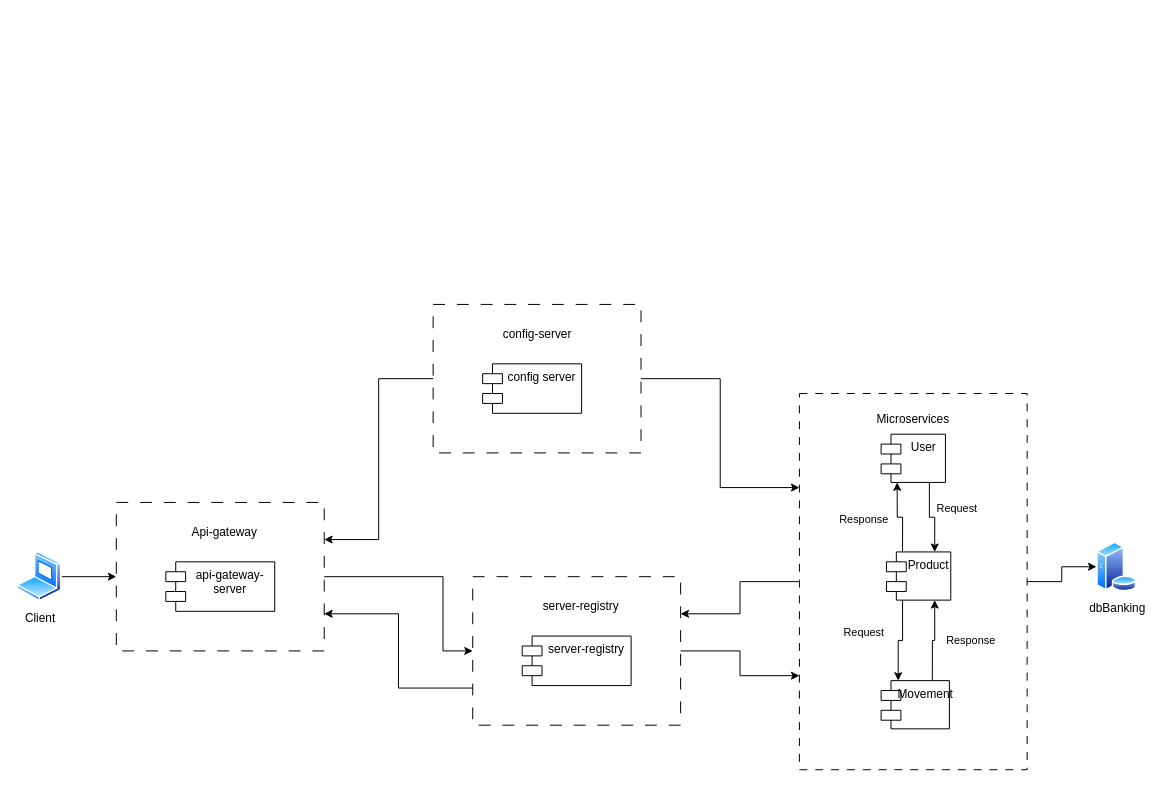
This is Diagrama de arquitectura.drawio from Bootcamp49/Diagrams, a draw.io file, before an edit. Source tidied: cells renumbered, new cells numbered last; positions are measured from the earlier drawing's top-left corner, leaving out a move shared by most shapes. Both pictures are drawn from the tidied source at 99%, with x=0, y=0 at pixel (17, 304).
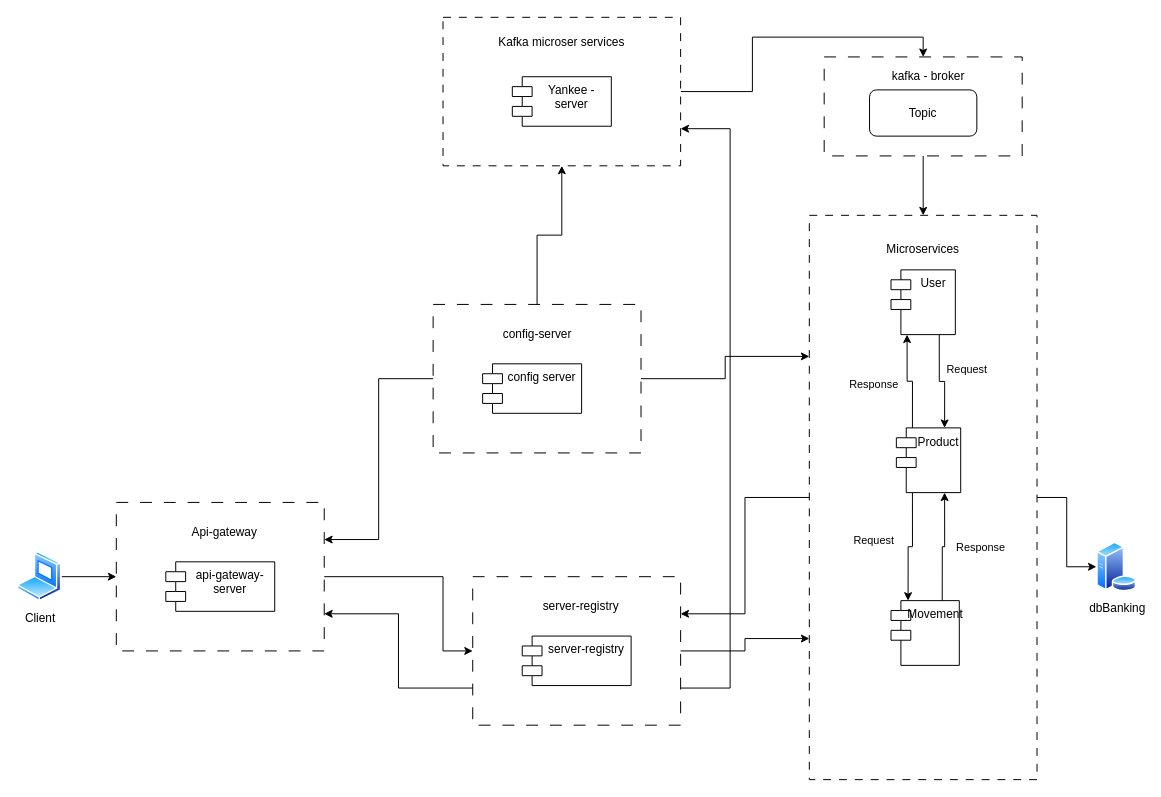
The same page after the edit.

Commit message (it also covers changes not shown here):
Updated arquitecture diagram

Unchanged cells that the change refers to:
```xml
<mxCell id="21" style="rounded=0;whiteSpace=wrap;html=1;dashed=1;dashPattern=12 12;" parent="20" vertex="1">
  <mxGeometry width="210" height="150" as="geometry" />
</mxCell>
<mxCell id="25" style="rounded=0;whiteSpace=wrap;html=1;dashed=1;dashPattern=12 12;" parent="24" vertex="1">
  <mxGeometry width="210" height="150" as="geometry" />
</mxCell>
```

Change to the diagram source:
```diff
@@
     <mxCell id="4" style="group;" parent="1" vertex="1">
-      <mxGeometry x="790" y="90" width="230" height="380" as="geometry" />
+      <mxGeometry x="800" y="-90" width="230" height="570" as="geometry" />
     </mxCell>
     <mxCell id="5" style="rounded=0;whiteSpace=wrap;html=1;dashed=1;dashPattern=8 8;" parent="4" vertex="1">
-      <mxGeometry width="230" height="380" as="geometry" />
+      <mxGeometry width="230" height="570" as="geometry" />
     </mxCell>
     <mxCell id="6" value="Microservices" style="text;html=1;strokeColor=none;fillColor=none;align=center;verticalAlign=middle;whiteSpace=wrap;rounded=0;" parent="4" vertex="1">
-      <mxGeometry x="87.9" y="10.3" width="54.1" height="30.8" as="geometry" />
+      <mxGeometry x="87.9" y="13.8" width="54.1" height="41.4" as="geometry" />
     </mxCell>
     <mxCell id="7" style="edgeStyle=orthogonalEdgeStyle;rounded=0;jettySize=auto;html=1;entryX=0.75;entryY=0;entryDx=0;entryDy=0;exitX=0.75;exitY=1;exitDx=0;exitDy=0;" parent="4" edge="1" source="9" target="17">
       <mxGeometry relative="1" as="geometry">
         <Array as="points">
-          <mxPoint x="131.3" y="125" />
-          <mxPoint x="136.5" y="125" />
+          <mxPoint x="131.3" y="167.8" />
+          <mxPoint x="136.5" y="167.8" />
         </Array>
       </mxGeometry>
     </mxCell>
@@
     <mxCell id="9" value="User" style="shape=module;align=left;spacingLeft=20;align=center;verticalAlign=top;whiteSpace=wrap;html=1;" parent="4" vertex="1">
-      <mxGeometry x="82.5" y="41.1" width="65" height="48.7" as="geometry" />
+      <mxGeometry x="82.5" y="55.1" width="65" height="65.4" as="geometry" />
     </mxCell>
@@
     <mxCell id="13" value="Movement" style="shape=module;align=left;spacingLeft=20;align=center;verticalAlign=top;whiteSpace=wrap;html=1;" parent="4" vertex="1">
-      <mxGeometry x="82.5" y="290" width="69" height="48.7" as="geometry" />
+      <mxGeometry x="82.5" y="389.2" width="69" height="65.4" as="geometry" />
     </mxCell>
@@
     <mxCell id="17" value="Product" style="shape=module;align=left;spacingLeft=20;align=center;verticalAlign=top;whiteSpace=wrap;html=1;" parent="4" vertex="1">
-      <mxGeometry x="87.9" y="160" width="65" height="48.7" as="geometry" />
+      <mxGeometry x="87.9" y="214.7" width="65" height="65.4" as="geometry" />
     </mxCell>
@@
+    <mxCell id="38" style="group;" parent="1" vertex="1">
+      <mxGeometry x="815" y="-250" width="200" height="100" as="geometry" />
+    </mxCell>
+    <mxCell id="39" style="rounded=0;whiteSpace=wrap;html=1;dashed=1;dashPattern=12 12;" parent="38" vertex="1">
+      <mxGeometry width="200" height="100" as="geometry" />
+    </mxCell>
+    <mxCell id="40" value="kafka - broker" style="text;html=1;strokeColor=none;fillColor=none;align=center;verticalAlign=middle;whiteSpace=wrap;rounded=0;" parent="38" vertex="1">
+      <mxGeometry x="64.3" y="10" width="83.1" height="20" as="geometry" />
+    </mxCell>
+    <mxCell id="41" value="Topic" style="rounded=1;whiteSpace=wrap;html=1;" parent="38" vertex="1">
+      <mxGeometry x="45.8" y="33.3" width="108.4" height="46.7" as="geometry" />
+    </mxCell>
+    <mxCell id="42" style="edgeStyle=orthogonalEdgeStyle;rounded=0;jettySize=auto;html=1;entryX=0.5;entryY=0;entryDx=0;entryDy=0;exitX=1;exitY=0.5;exitDx=0;exitDy=0;" parent="1" edge="1" source="45" target="39">
+      <mxGeometry relative="1" as="geometry" />
+    </mxCell>
+    <mxCell id="43" style="edgeStyle=orthogonalEdgeStyle;rounded=0;jettySize=auto;html=1;entryX=0.5;entryY=0;entryDx=0;entryDy=0;" parent="1" edge="1" source="39" target="5">
+      <mxGeometry relative="1" as="geometry" />
+    </mxCell>
+    <mxCell id="44" style="group;" parent="1" vertex="1">
+      <mxGeometry x="430" y="-290" width="240" height="150" as="geometry" />
+    </mxCell>
+    <mxCell id="45" style="rounded=0;whiteSpace=wrap;html=1;dashed=1;dashPattern=8 8;" parent="44" vertex="1">
+      <mxGeometry width="240" height="150" as="geometry" />
+    </mxCell>
+    <mxCell id="46" value="Yankee - server" style="shape=module;align=left;spacingLeft=20;align=center;verticalAlign=top;whiteSpace=wrap;html=1;" parent="44" vertex="1">
+      <mxGeometry x="70" y="60" width="100" height="50" as="geometry" />
+    </mxCell>
+    <mxCell id="47" value="Kafka microser services" style="text;html=1;strokeColor=none;fillColor=none;align=center;verticalAlign=middle;whiteSpace=wrap;rounded=0;" parent="44" vertex="1">
+      <mxGeometry x="55" y="10" width="130" height="30" as="geometry" />
+    </mxCell>
+    <mxCell id="48" style="edgeStyle=orthogonalEdgeStyle;rounded=0;jettySize=auto;html=1;entryX=1;entryY=0.75;entryDx=0;entryDy=0;exitX=1;exitY=0.75;exitDx=0;exitDy=0;" parent="1" edge="1" source="25" target="45">
+      <mxGeometry relative="1" as="geometry">
+        <Array as="points">
+          <mxPoint x="720" y="387" />
+          <mxPoint x="720" y="-178" />
+        </Array>
+      </mxGeometry>
+    </mxCell>
+    <mxCell id="49" style="edgeStyle=orthogonalEdgeStyle;rounded=0;jettySize=auto;html=1;entryX=0.5;entryY=1;entryDx=0;entryDy=0;" parent="1" edge="1" source="21" target="45">
+      <mxGeometry relative="1" as="geometry" />
+    </mxCell>
```
